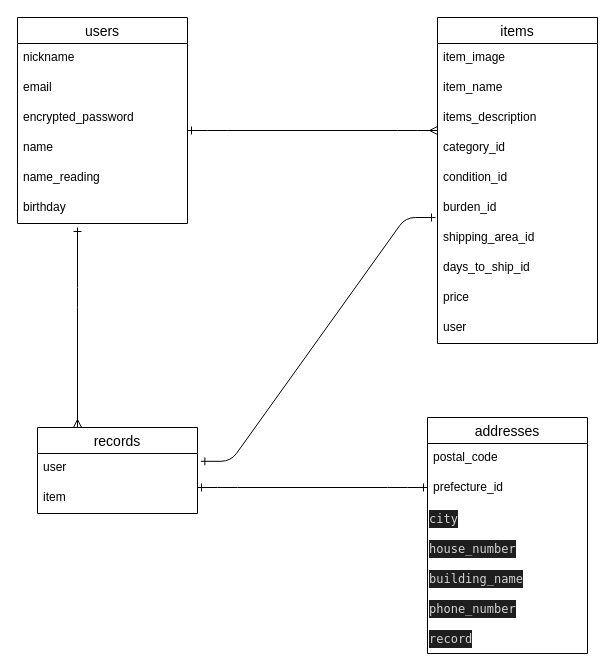
Above: furima.dio in corhydrae7bd/furima-35857 (draw.io), before the change. Source tidied: cells renumbered, new cells numbered last; positions are measured from the earlier drawing's top-left corner, leaving out a move shared by most shapes. Both pictures are drawn from the tidied source at 100%, with x=0, y=0 at pixel (17, 17).
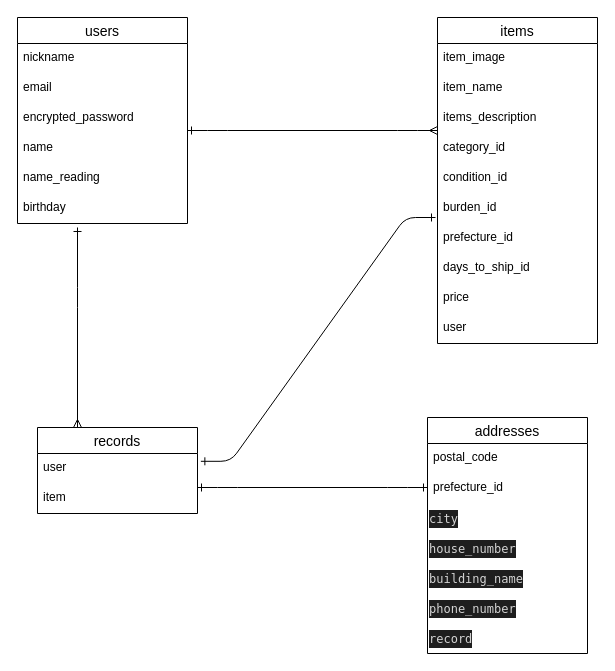
The same diagram, later.

Commit message (it also covers changes not shown here):
DB設計の修正3

Unchanged cells that the change refers to:
```xml
<mxCell id="9" value="items" style="swimlane;fontStyle=0;horizontal=1;startSize=26;align=center;fontSize=14;" parent="1" vertex="1">
  <mxGeometry x="420" width="160" height="326" as="geometry" />
</mxCell>
```

Change to the diagram source:
```diff
@@
-    <mxCell id="16" value="shipping_area_id" style="text;strokeColor=none;fillColor=none;spacingLeft=4;spacingRight=4;overflow=hidden;fontSize=12;" parent="9" vertex="1">
+    <mxCell id="16" value="prefecture_id" style="text;strokeColor=none;fillColor=none;spacingLeft=4;spacingRight=4;overflow=hidden;fontSize=12;" parent="9" vertex="1">
       <mxGeometry y="206" width="160" height="30" as="geometry" />
     </mxCell>
```
